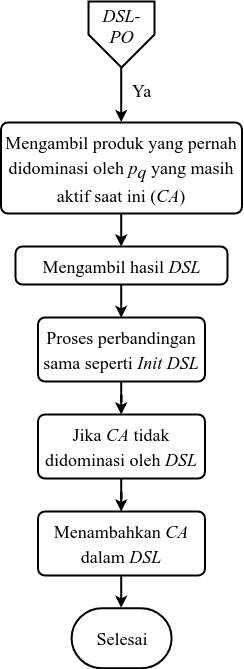
Before: buku/assets/img/bab3/flowchart-dsl-pd.png, a diagram exported from draw.io (mocatfrio/thesis-code). Source tidied: cells renumbered, new cells last; positions are measured from the earlier drawing's top-left corner, leaving out a move shared by most shapes. The source it was exported from:
```xml
<mxGraphModel>
  <root>
    <mxCell id="0" />
    <mxCell id="1" parent="0" />
    <mxCell id="2" style="group;" parent="1" vertex="1">
      <mxGeometry x="0.5" width="241" height="666.8" as="geometry" />
    </mxCell>
    <mxCell id="3" style="group;" parent="2" vertex="1">
      <mxGeometry x="87.5" width="66" height="66" as="geometry" />
    </mxCell>
    <mxCell id="4" style="verticalLabelPosition=bottom;verticalAlign=top;html=1;strokeWidth=2;shape=offPageConnector;rounded=0;size=0.5;fillColor=#ffffff;" parent="3" vertex="1">
      <mxGeometry width="66" height="66" as="geometry" />
    </mxCell>
    <mxCell id="5" value="&lt;i&gt;DSL-PO&lt;/i&gt;" style="text;html=1;strokeColor=none;fillColor=none;align=center;verticalAlign=middle;whiteSpace=wrap;rounded=0;fontFamily=Times New Roman;fontSize=18;" parent="3" vertex="1">
      <mxGeometry x="13" y="5" width="40" height="39" as="geometry" />
    </mxCell>
    <mxCell id="6" value="&lt;span style=&quot;font-size: 18px&quot;&gt;Mengambil produk yang pernah didominasi oleh &lt;i&gt;p&lt;/i&gt;&lt;i style=&quot;vertical-align: sub&quot;&gt;q &lt;/i&gt;yang masih aktif saat ini (&lt;i&gt;CA&lt;/i&gt;)&lt;/span&gt;" style="rounded=1;whiteSpace=wrap;html=1;absoluteArcSize=1;arcSize=14;strokeWidth=2;fontFamily=Times New Roman;fontSize=21;align=center;verticalAlign=top;" parent="2" vertex="1">
      <mxGeometry y="121" width="241" height="91" as="geometry" />
    </mxCell>
    <mxCell id="7" style="edgeStyle=orthogonalEdgeStyle;rounded=0;jettySize=auto;html=1;entryX=0.5;entryY=0;entryDx=0;entryDy=0;strokeWidth=2;fontFamily=Times New Roman;fontSize=18;exitX=0.5;exitY=1;exitDx=0;exitDy=0;" parent="2" edge="1" source="4" target="6">
      <mxGeometry relative="1" as="geometry" />
    </mxCell>
    <mxCell id="8" value="Ya" style="text;html=1;points=[];align=center;verticalAlign=middle;labelBackgroundColor=#ffffff;fontSize=18;fontFamily=Times New Roman;" parent="7" vertex="1">
      <mxGeometry x="-0.36" y="-11" relative="1" as="geometry">
        <mxPoint x="30.7" y="5.5" as="offset" />
      </mxGeometry>
    </mxCell>
    <mxCell id="9" value="&lt;span style=&quot;font-size: 18px&quot;&gt;Mengambil hasil &lt;i&gt;DSL&lt;/i&gt;&lt;/span&gt;&lt;br&gt;" style="rounded=1;whiteSpace=wrap;html=1;absoluteArcSize=1;arcSize=14;strokeWidth=2;fontFamily=Times New Roman;fontSize=21;align=center;verticalAlign=top;" parent="2" vertex="1">
      <mxGeometry x="14.5" y="245" width="212" height="38" as="geometry" />
    </mxCell>
    <mxCell id="10" style="edgeStyle=orthogonalEdgeStyle;rounded=0;jettySize=auto;html=1;strokeWidth=2;fontFamily=Times New Roman;fontSize=18;" parent="2" edge="1" source="6" target="9">
      <mxGeometry relative="1" as="geometry" />
    </mxCell>
    <mxCell id="11" value="&lt;span style=&quot;font-size: 18px&quot;&gt;Proses perbandingan sama seperti &lt;i&gt;Init DSL&lt;/i&gt;&lt;/span&gt;" style="rounded=1;whiteSpace=wrap;html=1;absoluteArcSize=1;arcSize=14;strokeWidth=2;fontFamily=Times New Roman;fontSize=21;" parent="2" vertex="1">
      <mxGeometry x="37" y="316" width="167" height="64" as="geometry" />
    </mxCell>
    <mxCell id="12" style="edgeStyle=orthogonalEdgeStyle;rounded=0;jettySize=auto;html=1;entryX=0.5;entryY=0;entryDx=0;entryDy=0;strokeWidth=2;fontFamily=Times New Roman;fontSize=18;" parent="2" edge="1" source="9" target="11">
      <mxGeometry relative="1" as="geometry" />
    </mxCell>
    <mxCell id="13" value="&lt;span style=&quot;font-size: 18px&quot;&gt;Jika&lt;i&gt; CA &lt;/i&gt;tidak didominasi oleh &lt;i&gt;DSL&lt;/i&gt;&lt;/span&gt;&lt;br&gt;" style="rounded=1;whiteSpace=wrap;html=1;absoluteArcSize=1;arcSize=14;strokeWidth=2;fontFamily=Times New Roman;fontSize=21;" parent="2" vertex="1">
      <mxGeometry x="37" y="413" width="167" height="64" as="geometry" />
    </mxCell>
    <mxCell id="14" style="edgeStyle=orthogonalEdgeStyle;rounded=0;jettySize=auto;html=1;strokeWidth=2;fontFamily=Times New Roman;fontSize=18;" parent="2" edge="1" source="11" target="13">
      <mxGeometry relative="1" as="geometry" />
    </mxCell>
    <mxCell id="15" value="&lt;span style=&quot;font-size: 18px&quot;&gt;Menambahkan &lt;i&gt;CA &lt;/i&gt;dalam&lt;i&gt; DSL&lt;/i&gt;&lt;/span&gt;&lt;br&gt;" style="rounded=1;whiteSpace=wrap;html=1;absoluteArcSize=1;arcSize=14;strokeWidth=2;fontFamily=Times New Roman;fontSize=21;" parent="2" vertex="1">
      <mxGeometry x="37" y="510" width="167" height="64" as="geometry" />
    </mxCell>
    <mxCell id="16" style="edgeStyle=orthogonalEdgeStyle;rounded=0;jettySize=auto;html=1;strokeWidth=2;fontFamily=Times New Roman;fontSize=18;" parent="2" edge="1" source="13" target="15">
      <mxGeometry relative="1" as="geometry" />
    </mxCell>
    <mxCell id="17" value="&lt;font style=&quot;font-size: 18px&quot;&gt;Selesai&lt;/font&gt;&lt;br&gt;" style="strokeWidth=2;html=1;shape=mxgraph.flowchart.terminator;whiteSpace=wrap;fontFamily=Times New Roman;fontSize=31;verticalAlign=top;" parent="2" vertex="1">
      <mxGeometry x="70.6" y="606.8" width="100" height="60" as="geometry" />
    </mxCell>
    <mxCell id="18" style="edgeStyle=orthogonalEdgeStyle;rounded=0;jettySize=auto;html=1;entryX=0.5;entryY=0;entryDx=0;entryDy=0;entryPerimeter=0;strokeWidth=2;fontFamily=Times New Roman;fontSize=18;" parent="2" edge="1" source="15" target="17">
      <mxGeometry relative="1" as="geometry" />
    </mxCell>
  </root>
</mxGraphModel>
```
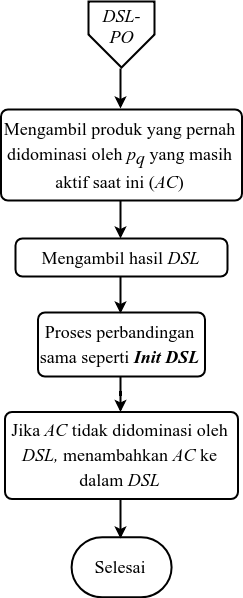
Above is the later version.

The edit, as a diff of the source:
```diff
@@ -3,7 +3,7 @@
     <mxCell id="0" />
     <mxCell id="1" parent="0" />
     <mxCell id="2" style="group;" parent="1" vertex="1">
-      <mxGeometry x="0.5" width="241" height="666.8" as="geometry" />
+      <mxGeometry x="0.5" width="241" height="595.8" as="geometry" />
     </mxCell>
     <mxCell id="3" style="group;" parent="2" vertex="1">
       <mxGeometry x="87.5" width="66" height="66" as="geometry" />
@@ -14,46 +14,35 @@
     <mxCell id="5" value="&lt;i&gt;DSL-PO&lt;/i&gt;" style="text;html=1;strokeColor=none;fillColor=none;align=center;verticalAlign=middle;whiteSpace=wrap;rounded=0;fontFamily=Times New Roman;fontSize=18;" parent="3" vertex="1">
       <mxGeometry x="13" y="5" width="40" height="39" as="geometry" />
     </mxCell>
-    <mxCell id="6" value="&lt;span style=&quot;font-size: 18px&quot;&gt;Mengambil produk yang pernah didominasi oleh &lt;i&gt;p&lt;/i&gt;&lt;i style=&quot;vertical-align: sub&quot;&gt;q &lt;/i&gt;yang masih aktif saat ini (&lt;i&gt;CA&lt;/i&gt;)&lt;/span&gt;" style="rounded=1;whiteSpace=wrap;html=1;absoluteArcSize=1;arcSize=14;strokeWidth=2;fontFamily=Times New Roman;fontSize=21;align=center;verticalAlign=top;" parent="2" vertex="1">
-      <mxGeometry y="121" width="241" height="91" as="geometry" />
+    <mxCell id="6" value="&lt;span style=&quot;font-size: 18px&quot;&gt;Mengambil produk yang pernah didominasi oleh &lt;i&gt;p&lt;/i&gt;&lt;i style=&quot;vertical-align: sub&quot;&gt;q &lt;/i&gt;yang masih aktif saat ini (&lt;i&gt;AC&lt;/i&gt;)&lt;/span&gt;" style="rounded=1;whiteSpace=wrap;html=1;absoluteArcSize=1;arcSize=14;strokeWidth=2;fontFamily=Times New Roman;fontSize=21;align=center;verticalAlign=top;" parent="2" vertex="1">
+      <mxGeometry y="108" width="241" height="91" as="geometry" />
     </mxCell>
     <mxCell id="7" style="edgeStyle=orthogonalEdgeStyle;rounded=0;jettySize=auto;html=1;entryX=0.5;entryY=0;entryDx=0;entryDy=0;strokeWidth=2;fontFamily=Times New Roman;fontSize=18;exitX=0.5;exitY=1;exitDx=0;exitDy=0;" parent="2" edge="1" source="4" target="6">
       <mxGeometry relative="1" as="geometry" />
     </mxCell>
-    <mxCell id="8" value="Ya" style="text;html=1;points=[];align=center;verticalAlign=middle;labelBackgroundColor=#ffffff;fontSize=18;fontFamily=Times New Roman;" parent="7" vertex="1">
-      <mxGeometry x="-0.36" y="-11" relative="1" as="geometry">
-        <mxPoint x="30.7" y="5.5" as="offset" />
-      </mxGeometry>
+    <mxCell id="8" value="&lt;span style=&quot;font-size: 18px&quot;&gt;Mengambil hasil &lt;i&gt;DSL&lt;/i&gt;&lt;/span&gt;&lt;br&gt;" style="rounded=1;whiteSpace=wrap;html=1;absoluteArcSize=1;arcSize=14;strokeWidth=2;fontFamily=Times New Roman;fontSize=21;align=center;verticalAlign=top;" parent="2" vertex="1">
+      <mxGeometry x="14.5" y="237" width="212" height="38" as="geometry" />
     </mxCell>
-    <mxCell id="9" value="&lt;span style=&quot;font-size: 18px&quot;&gt;Mengambil hasil &lt;i&gt;DSL&lt;/i&gt;&lt;/span&gt;&lt;br&gt;" style="rounded=1;whiteSpace=wrap;html=1;absoluteArcSize=1;arcSize=14;strokeWidth=2;fontFamily=Times New Roman;fontSize=21;align=center;verticalAlign=top;" parent="2" vertex="1">
-      <mxGeometry x="14.5" y="245" width="212" height="38" as="geometry" />
+    <mxCell id="9" style="edgeStyle=orthogonalEdgeStyle;rounded=0;jettySize=auto;html=1;strokeWidth=2;fontFamily=Times New Roman;fontSize=18;" parent="2" edge="1" source="6" target="8">
+      <mxGeometry relative="1" as="geometry" />
     </mxCell>
-    <mxCell id="10" style="edgeStyle=orthogonalEdgeStyle;rounded=0;jettySize=auto;html=1;strokeWidth=2;fontFamily=Times New Roman;fontSize=18;" parent="2" edge="1" source="6" target="9">
-      <mxGeometry relative="1" as="geometry" />
+    <mxCell id="10" value="&lt;span style=&quot;font-size: 18px&quot;&gt;Proses perbandingan sama seperti &lt;i&gt;&lt;b&gt;Init DSL&lt;/b&gt;&lt;/i&gt;&lt;/span&gt;" style="rounded=1;whiteSpace=wrap;html=1;absoluteArcSize=1;arcSize=14;strokeWidth=2;fontFamily=Times New Roman;fontSize=21;" parent="2" vertex="1">
+      <mxGeometry x="37" y="311" width="167" height="64" as="geometry" />
     </mxCell>
-    <mxCell id="11" value="&lt;span style=&quot;font-size: 18px&quot;&gt;Proses perbandingan sama seperti &lt;i&gt;Init DSL&lt;/i&gt;&lt;/span&gt;" style="rounded=1;whiteSpace=wrap;html=1;absoluteArcSize=1;arcSize=14;strokeWidth=2;fontFamily=Times New Roman;fontSize=21;" parent="2" vertex="1">
-      <mxGeometry x="37" y="316" width="167" height="64" as="geometry" />
+    <mxCell id="11" style="edgeStyle=orthogonalEdgeStyle;rounded=0;jettySize=auto;html=1;entryX=0.5;entryY=0;entryDx=0;entryDy=0;strokeWidth=2;fontFamily=Times New Roman;fontSize=18;" parent="2" edge="1" source="8" target="10">
+      <mxGeometry relative="1" as="geometry" />
     </mxCell>
-    <mxCell id="12" style="edgeStyle=orthogonalEdgeStyle;rounded=0;jettySize=auto;html=1;entryX=0.5;entryY=0;entryDx=0;entryDy=0;strokeWidth=2;fontFamily=Times New Roman;fontSize=18;" parent="2" edge="1" source="9" target="11">
-      <mxGeometry relative="1" as="geometry" />
+    <mxCell id="12" value="&lt;span style=&quot;font-size: 18px&quot;&gt;Jika&lt;i&gt;&amp;nbsp;AC&amp;nbsp;&lt;/i&gt;tidak didominasi oleh &lt;i&gt;DSL, &lt;/i&gt;menambahkan &lt;i&gt;AC &lt;/i&gt;ke dalam &lt;i&gt;DSL&lt;/i&gt;&lt;/span&gt;&lt;br&gt;" style="rounded=1;whiteSpace=wrap;html=1;absoluteArcSize=1;arcSize=14;strokeWidth=2;fontFamily=Times New Roman;fontSize=21;" parent="2" vertex="1">
+      <mxGeometry x="4" y="410.5" width="233" height="87" as="geometry" />
     </mxCell>
-    <mxCell id="13" value="&lt;span style=&quot;font-size: 18px&quot;&gt;Jika&lt;i&gt; CA &lt;/i&gt;tidak didominasi oleh &lt;i&gt;DSL&lt;/i&gt;&lt;/span&gt;&lt;br&gt;" style="rounded=1;whiteSpace=wrap;html=1;absoluteArcSize=1;arcSize=14;strokeWidth=2;fontFamily=Times New Roman;fontSize=21;" parent="2" vertex="1">
-      <mxGeometry x="37" y="413" width="167" height="64" as="geometry" />
+    <mxCell id="13" style="edgeStyle=orthogonalEdgeStyle;rounded=0;jettySize=auto;html=1;strokeWidth=2;fontFamily=Times New Roman;fontSize=18;" parent="2" edge="1" source="10" target="12">
+      <mxGeometry relative="1" as="geometry" />
     </mxCell>
-    <mxCell id="14" style="edgeStyle=orthogonalEdgeStyle;rounded=0;jettySize=auto;html=1;strokeWidth=2;fontFamily=Times New Roman;fontSize=18;" parent="2" edge="1" source="11" target="13">
-      <mxGeometry relative="1" as="geometry" />
+    <mxCell id="14" value="&lt;font style=&quot;font-size: 18px&quot;&gt;Selesai&lt;/font&gt;&lt;br&gt;" style="strokeWidth=2;html=1;shape=mxgraph.flowchart.terminator;whiteSpace=wrap;fontFamily=Times New Roman;fontSize=31;verticalAlign=top;" parent="2" vertex="1">
+      <mxGeometry x="70.6" y="535.8" width="100" height="60" as="geometry" />
     </mxCell>
-    <mxCell id="15" value="&lt;span style=&quot;font-size: 18px&quot;&gt;Menambahkan &lt;i&gt;CA &lt;/i&gt;dalam&lt;i&gt; DSL&lt;/i&gt;&lt;/span&gt;&lt;br&gt;" style="rounded=1;whiteSpace=wrap;html=1;absoluteArcSize=1;arcSize=14;strokeWidth=2;fontFamily=Times New Roman;fontSize=21;" parent="2" vertex="1">
-      <mxGeometry x="37" y="510" width="167" height="64" as="geometry" />
+    <mxCell id="15" style="edgeStyle=orthogonalEdgeStyle;rounded=0;jettySize=auto;html=1;entryX=0.5;entryY=0;entryDx=0;entryDy=0;entryPerimeter=0;strokeWidth=2;fontFamily=Times New Roman;fontSize=17;" parent="2" edge="1" source="12" target="14">
+      <mxGeometry relative="1" as="geometry" />
     </mxCell>
-    <mxCell id="16" style="edgeStyle=orthogonalEdgeStyle;rounded=0;jettySize=auto;html=1;strokeWidth=2;fontFamily=Times New Roman;fontSize=18;" parent="2" edge="1" source="13" target="15">
-      <mxGeometry relative="1" as="geometry" />
-    </mxCell>
-    <mxCell id="17" value="&lt;font style=&quot;font-size: 18px&quot;&gt;Selesai&lt;/font&gt;&lt;br&gt;" style="strokeWidth=2;html=1;shape=mxgraph.flowchart.terminator;whiteSpace=wrap;fontFamily=Times New Roman;fontSize=31;verticalAlign=top;" parent="2" vertex="1">
-      <mxGeometry x="70.6" y="606.8" width="100" height="60" as="geometry" />
-    </mxCell>
-    <mxCell id="18" style="edgeStyle=orthogonalEdgeStyle;rounded=0;jettySize=auto;html=1;entryX=0.5;entryY=0;entryDx=0;entryDy=0;entryPerimeter=0;strokeWidth=2;fontFamily=Times New Roman;fontSize=18;" parent="2" edge="1" source="15" target="17">
-      <mxGeometry relative="1" as="geometry" />
-    </mxCell>
   </root>
 </mxGraphModel>
```
